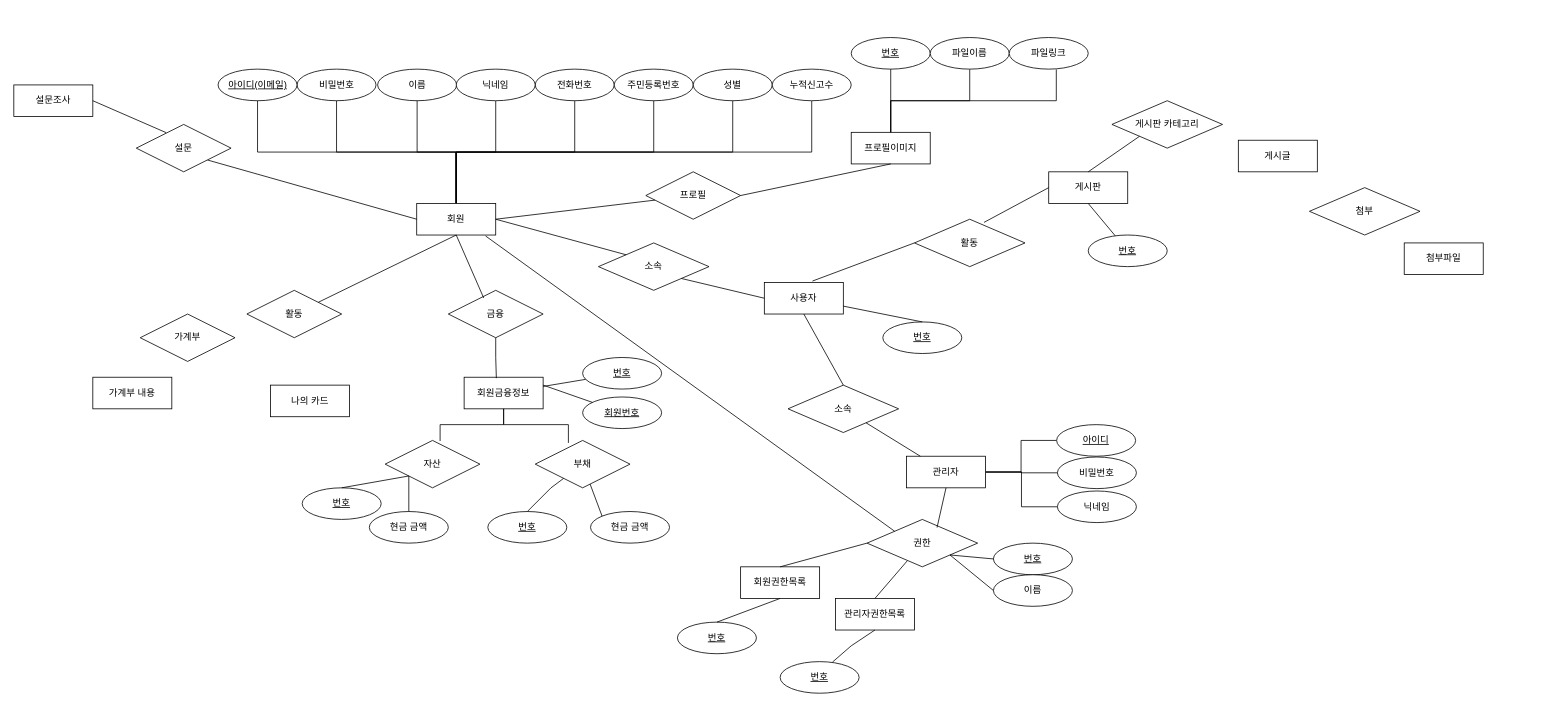
Earlier version of the draw.io diagram 제목 없는 다이어그램.drawio (Heailey/ERD). Source tidied: cells renumbered, new cells numbered last; positions are measured from the earlier drawing's top-left corner, leaving out a move shared by most shapes. Both pictures are drawn from the tidied source at 79%, with x=0, y=0 at pixel (13, 37).
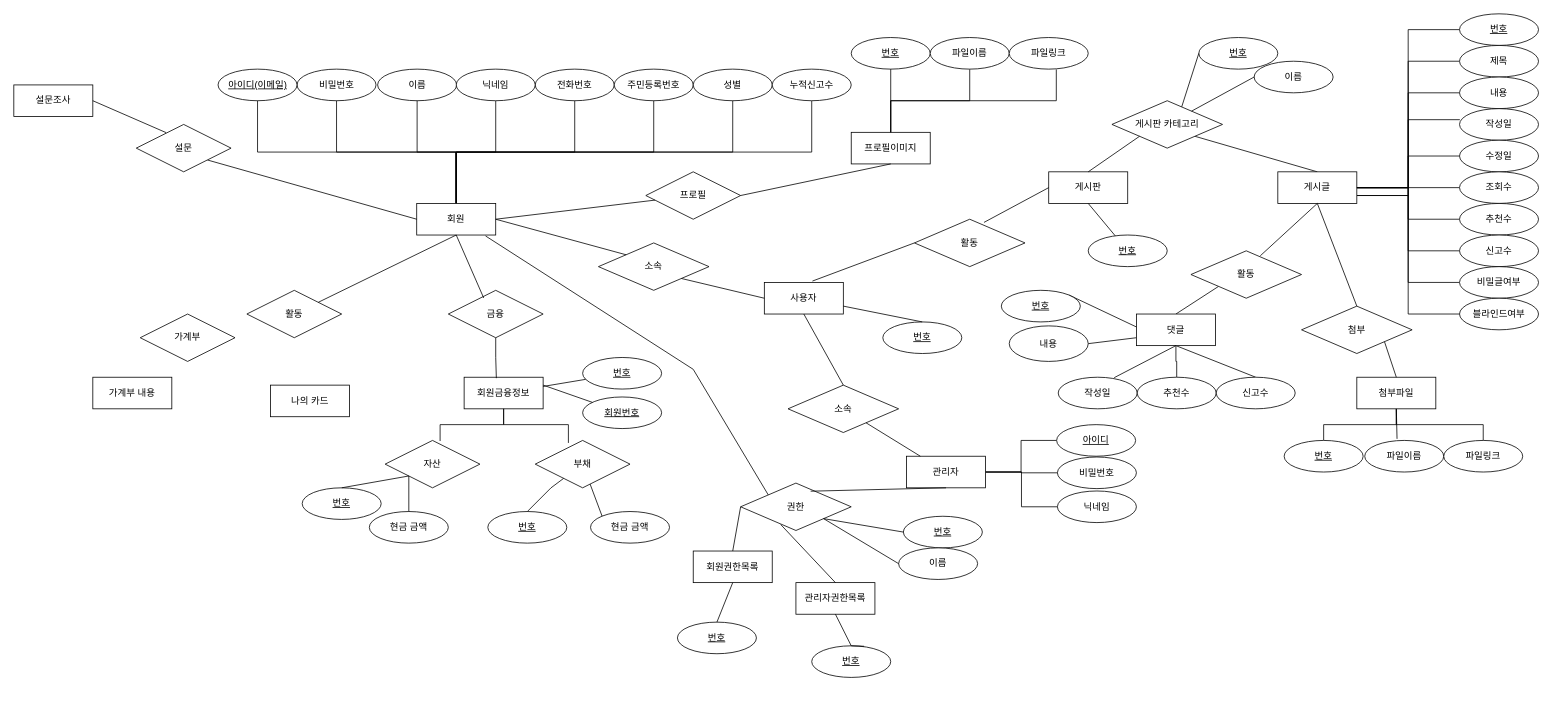
The same page after the edit.

Commit message (it also covers changes not shown here):
제목 없는 다이어그램.drawio 업데이트

Unchanged cells that the change refers to:
```xml
<mxCell id="16" value="회원" style="whiteSpace=wrap;html=1;align=center;" parent="1" vertex="1">
  <mxGeometry x="510" y="210" width="100" height="40" as="geometry" />
</mxCell>
<mxCell id="95" value="게시판 카테고리" style="shape=rhombus;perimeter=rhombusPerimeter;whiteSpace=wrap;html=1;align=center;" parent="1" vertex="1">
  <mxGeometry x="1390" y="80" width="140" height="60" as="geometry" />
</mxCell>
```

Diff of the diagram source:
```diff
@@
     <mxCell id="70" value="권한" style="shape=rhombus;perimeter=rhombusPerimeter;whiteSpace=wrap;html=1;align=center;" parent="1" vertex="1">
-      <mxGeometry x="1080" y="610" width="140" height="60" as="geometry" />
+      <mxGeometry x="920" y="564" width="140" height="60" as="geometry" />
     </mxCell>
     <mxCell id="71" value="관리자권한목록" style="whiteSpace=wrap;html=1;align=center;" parent="1" vertex="1">
-      <mxGeometry x="1040" y="710" width="100" height="40" as="geometry" />
+      <mxGeometry x="990" y="690" width="100" height="40" as="geometry" />
     </mxCell>
     <mxCell id="72" value="번호" style="ellipse;whiteSpace=wrap;html=1;align=center;fontStyle=4;" parent="1" vertex="1">
-      <mxGeometry x="970" y="790" width="100" height="40" as="geometry" />
+      <mxGeometry x="1010" y="770" width="100" height="40" as="geometry" />
     </mxCell>
@@
     <mxCell id="83" value="번호" style="ellipse;whiteSpace=wrap;html=1;align=center;fontStyle=4;" parent="1" vertex="1">
-      <mxGeometry x="1240" y="640" width="100" height="40" as="geometry" />
+      <mxGeometry x="1126" y="606" width="100" height="40" as="geometry" />
     </mxCell>
     <mxCell id="84" value="이름" style="ellipse;whiteSpace=wrap;html=1;align=center;" parent="1" vertex="1">
-      <mxGeometry x="1240" y="680" width="100" height="40" as="geometry" />
+      <mxGeometry x="1120" y="646" width="100" height="40" as="geometry" />
     </mxCell>
@@
     <mxCell id="87" style="endArrow=none;html=1;rounded=0;exitX=0.871;exitY=1.029;exitDx=0;exitDy=0;exitPerimeter=0;entryX=0;entryY=0;entryDx=0;entryDy=0;" parent="1" edge="1" source="16" target="70">
-      <mxGeometry relative="1" as="geometry" />
+      <mxGeometry relative="1" as="geometry">
+        <Array as="points">
+          <mxPoint x="860" y="420" />
+        </Array>
+      </mxGeometry>
     </mxCell>
     <mxCell id="88" value="회원권한목록" style="whiteSpace=wrap;html=1;" parent="1" vertex="1">
-      <mxGeometry x="920" y="670" width="100" height="40" as="geometry" />
+      <mxGeometry x="860" y="650" width="100" height="40" as="geometry" />
     </mxCell>
@@
+    <mxCell id="101" style="rounded=0;jettySize=auto;html=1;exitX=1;exitY=1;exitDx=0;exitDy=0;entryX=0.5;entryY=0;entryDx=0;entryDy=0;endArrow=none;endFill=0;" parent="1" edge="1" source="95" target="96">
+      <mxGeometry relative="1" as="geometry" />
+    </mxCell>
@@
+    <mxCell id="102" style="edgeStyle=orthogonalEdgeStyle;rounded=0;jettySize=auto;html=1;exitX=1;exitY=0.5;exitDx=0;exitDy=0;entryX=0;entryY=0.5;entryDx=0;entryDy=0;endArrow=none;endFill=0;" parent="1" edge="1" source="96" target="122">
+      <mxGeometry relative="1" as="geometry" />
+    </mxCell>
+    <mxCell id="103" style="edgeStyle=orthogonalEdgeStyle;rounded=0;jettySize=auto;html=1;entryX=0;entryY=0.5;entryDx=0;entryDy=0;endArrow=none;endFill=0;" parent="1" edge="1" source="96" target="123">
+      <mxGeometry relative="1" as="geometry" />
+    </mxCell>
+    <mxCell id="104" style="edgeStyle=orthogonalEdgeStyle;rounded=0;jettySize=auto;html=1;exitX=1;exitY=0.5;exitDx=0;exitDy=0;entryX=0;entryY=0.5;entryDx=0;entryDy=0;endArrow=none;endFill=0;" parent="1" edge="1" source="96" target="124">
+      <mxGeometry relative="1" as="geometry" />
+    </mxCell>
+    <mxCell id="105" style="edgeStyle=orthogonalEdgeStyle;rounded=0;jettySize=auto;html=1;exitX=1;exitY=0.5;exitDx=0;exitDy=0;endArrow=none;endFill=0;" parent="1" edge="1" source="96" target="126">
+      <mxGeometry relative="1" as="geometry" />
+    </mxCell>
+    <mxCell id="106" style="edgeStyle=orthogonalEdgeStyle;rounded=0;jettySize=auto;html=1;exitX=1;exitY=0.75;exitDx=0;exitDy=0;entryX=0;entryY=0.5;entryDx=0;entryDy=0;endArrow=none;endFill=0;" parent="1" edge="1" source="96" target="127">
+      <mxGeometry relative="1" as="geometry" />
+    </mxCell>
+    <mxCell id="107" style="edgeStyle=orthogonalEdgeStyle;rounded=0;jettySize=auto;html=1;exitX=1;exitY=0.5;exitDx=0;exitDy=0;entryX=0;entryY=0.5;entryDx=0;entryDy=0;endArrow=none;endFill=0;" parent="1" edge="1" source="96" target="128">
+      <mxGeometry relative="1" as="geometry" />
+    </mxCell>
+    <mxCell id="108" style="edgeStyle=orthogonalEdgeStyle;rounded=0;jettySize=auto;html=1;exitX=1;exitY=0.5;exitDx=0;exitDy=0;entryX=0;entryY=0.5;entryDx=0;entryDy=0;endArrow=none;endFill=0;" parent="1" edge="1" source="96" target="129">
+      <mxGeometry relative="1" as="geometry" />
+    </mxCell>
+    <mxCell id="109" style="edgeStyle=orthogonalEdgeStyle;rounded=0;jettySize=auto;html=1;exitX=1;exitY=0.5;exitDx=0;exitDy=0;entryX=0;entryY=0.5;entryDx=0;entryDy=0;endArrow=none;endFill=0;" parent="1" edge="1" source="96" target="130">
+      <mxGeometry relative="1" as="geometry" />
+    </mxCell>
+    <mxCell id="110" style="edgeStyle=orthogonalEdgeStyle;rounded=0;jettySize=auto;html=1;exitX=1;exitY=0.75;exitDx=0;exitDy=0;entryX=0;entryY=0.5;entryDx=0;entryDy=0;endArrow=none;endFill=0;" parent="1" edge="1" source="96" target="131">
+      <mxGeometry relative="1" as="geometry" />
+    </mxCell>
     <mxCell id="96" value="게시글" style="whiteSpace=wrap;html=1;align=center;" parent="1" vertex="1">
-      <mxGeometry x="1550" y="130" width="100" height="40" as="geometry" />
+      <mxGeometry x="1600" y="170" width="100" height="40" as="geometry" />
     </mxCell>
     <mxCell id="97" value="첨부" style="shape=rhombus;perimeter=rhombusPerimeter;whiteSpace=wrap;html=1;align=center;" parent="1" vertex="1">
-      <mxGeometry x="1640" y="190" width="140" height="60" as="geometry" />
+      <mxGeometry x="1630" y="340" width="140" height="60" as="geometry" />
     </mxCell>
+    <mxCell id="111" style="edgeStyle=orthogonalEdgeStyle;rounded=0;jettySize=auto;html=1;exitX=0.5;exitY=1;exitDx=0;exitDy=0;endArrow=none;endFill=0;" parent="1" edge="1" source="98" target="117">
+      <mxGeometry relative="1" as="geometry" />
+    </mxCell>
+    <mxCell id="112" style="edgeStyle=orthogonalEdgeStyle;rounded=0;jettySize=auto;html=1;exitX=0.5;exitY=1;exitDx=0;exitDy=0;entryX=0.5;entryY=0;entryDx=0;entryDy=0;endArrow=none;endFill=0;" parent="1" edge="1" source="98" target="119">
+      <mxGeometry relative="1" as="geometry" />
+    </mxCell>
     <mxCell id="98" value="첨부파일" style="whiteSpace=wrap;html=1;align=center;" parent="1" vertex="1">
-      <mxGeometry x="1760" y="260" width="100" height="40" as="geometry" />
+      <mxGeometry x="1700" y="430" width="100" height="40" as="geometry" />
     </mxCell>
@@
+    <mxCell id="113" value="번호" style="ellipse;whiteSpace=wrap;html=1;align=center;fontStyle=4;" parent="1" vertex="1">
+      <mxGeometry x="1500" width="100" height="40" as="geometry" />
+    </mxCell>
+    <mxCell id="114" value="이름" style="ellipse;whiteSpace=wrap;html=1;align=center;" parent="1" vertex="1">
+      <mxGeometry x="1570" y="30" width="100" height="40" as="geometry" />
+    </mxCell>
+    <mxCell id="115" style="endArrow=none;html=1;rounded=0;entryX=0;entryY=0.5;entryDx=0;entryDy=0;exitX=0.631;exitY=0.129;exitDx=0;exitDy=0;exitPerimeter=0;" parent="1" edge="1" source="95" target="113">
+      <mxGeometry relative="1" as="geometry" />
+    </mxCell>
+    <mxCell id="116" style="endArrow=none;html=1;rounded=0;entryX=0;entryY=0.5;entryDx=0;entryDy=0;" parent="1" edge="1" source="95" target="114">
+      <mxGeometry relative="1" as="geometry" />
+    </mxCell>
+    <mxCell id="117" value="번호" style="ellipse;whiteSpace=wrap;html=1;align=center;fontStyle=4;" parent="1" vertex="1">
+      <mxGeometry x="1608" y="510" width="100" height="40" as="geometry" />
+    </mxCell>
+    <mxCell id="118" value="파일이름" style="ellipse;whiteSpace=wrap;html=1;align=center;" parent="1" vertex="1">
+      <mxGeometry x="1710" y="510" width="100" height="40" as="geometry" />
+    </mxCell>
+    <mxCell id="119" value="파일링크" style="ellipse;whiteSpace=wrap;html=1;align=center;" parent="1" vertex="1">
+      <mxGeometry x="1810" y="510" width="100" height="40" as="geometry" />
+    </mxCell>
+    <mxCell id="120" style="edgeStyle=orthogonalEdgeStyle;rounded=0;jettySize=auto;html=1;exitX=0.5;exitY=1;exitDx=0;exitDy=0;entryX=0.409;entryY=-0.05;entryDx=0;entryDy=0;entryPerimeter=0;endArrow=none;endFill=0;" parent="1" edge="1" source="98" target="118">
+      <mxGeometry relative="1" as="geometry" />
+    </mxCell>
+    <mxCell id="121" style="endArrow=none;html=1;rounded=0;entryX=0.5;entryY=0;entryDx=0;entryDy=0;exitX=1;exitY=1;exitDx=0;exitDy=0;" parent="1" edge="1" source="97" target="98">
+      <mxGeometry relative="1" as="geometry" />
+    </mxCell>
+    <mxCell id="122" value="번호" style="ellipse;whiteSpace=wrap;html=1;align=center;fontStyle=4;" parent="1" vertex="1">
+      <mxGeometry x="1830" y="-30" width="100" height="40" as="geometry" />
+    </mxCell>
+    <mxCell id="123" value="제목" style="ellipse;whiteSpace=wrap;html=1;align=center;" parent="1" vertex="1">
+      <mxGeometry x="1830" y="10" width="100" height="40" as="geometry" />
+    </mxCell>
+    <mxCell id="124" value="내용" style="ellipse;whiteSpace=wrap;html=1;align=center;" parent="1" vertex="1">
+      <mxGeometry x="1830" y="50" width="100" height="40" as="geometry" />
+    </mxCell>
+    <mxCell id="125" value="작성일" style="ellipse;whiteSpace=wrap;html=1;align=center;" parent="1" vertex="1">
+      <mxGeometry x="1830" y="90" width="100" height="40" as="geometry" />
+    </mxCell>
+    <mxCell id="126" value="수정일" style="ellipse;whiteSpace=wrap;html=1;align=center;" parent="1" vertex="1">
+      <mxGeometry x="1830" y="130" width="100" height="40" as="geometry" />
+    </mxCell>
+    <mxCell id="127" value="조회수" style="ellipse;whiteSpace=wrap;html=1;align=center;" parent="1" vertex="1">
+      <mxGeometry x="1830" y="170" width="100" height="40" as="geometry" />
+    </mxCell>
+    <mxCell id="128" value="추천수" style="ellipse;whiteSpace=wrap;html=1;align=center;" parent="1" vertex="1">
+      <mxGeometry x="1830" y="210" width="100" height="40" as="geometry" />
+    </mxCell>
+    <mxCell id="129" value="신고수" style="ellipse;whiteSpace=wrap;html=1;align=center;" parent="1" vertex="1">
+      <mxGeometry x="1830" y="250" width="100" height="40" as="geometry" />
+    </mxCell>
+    <mxCell id="130" value="비밀글여부" style="ellipse;whiteSpace=wrap;html=1;align=center;" parent="1" vertex="1">
+      <mxGeometry x="1830" y="290" width="100" height="40" as="geometry" />
+    </mxCell>
+    <mxCell id="131" value="블라인드여부" style="ellipse;whiteSpace=wrap;html=1;align=center;" parent="1" vertex="1">
+      <mxGeometry x="1830" y="330" width="100" height="40" as="geometry" />
+    </mxCell>
+    <mxCell id="132" style="edgeStyle=orthogonalEdgeStyle;rounded=0;jettySize=auto;html=1;exitX=1;exitY=0.5;exitDx=0;exitDy=0;entryX=0.004;entryY=0.35;entryDx=0;entryDy=0;entryPerimeter=0;endArrow=none;endFill=0;" parent="1" edge="1" source="96" target="125">
+      <mxGeometry relative="1" as="geometry" />
+    </mxCell>
+    <mxCell id="133" style="endArrow=none;html=1;rounded=0;exitX=0.5;exitY=1;exitDx=0;exitDy=0;entryX=0.5;entryY=0;entryDx=0;entryDy=0;" parent="1" edge="1" source="96" target="97">
+      <mxGeometry relative="1" as="geometry" />
+    </mxCell>
+    <mxCell id="134" style="rounded=0;jettySize=auto;html=1;exitX=0;exitY=1;exitDx=0;exitDy=0;entryX=0.5;entryY=0;entryDx=0;entryDy=0;endArrow=none;endFill=0;" parent="1" edge="1" source="135" target="141">
+      <mxGeometry relative="1" as="geometry" />
+    </mxCell>
+    <mxCell id="135" value="활동" style="shape=rhombus;perimeter=rhombusPerimeter;whiteSpace=wrap;html=1;align=center;" parent="1" vertex="1">
+      <mxGeometry x="1490" y="270" width="140" height="60" as="geometry" />
+    </mxCell>
+    <mxCell id="136" style="rounded=0;jettySize=auto;html=1;exitX=0.5;exitY=1;exitDx=0;exitDy=0;entryX=0.627;entryY=0.105;entryDx=0;entryDy=0;entryPerimeter=0;endArrow=none;endFill=0;" parent="1" edge="1" source="96" target="135">
+      <mxGeometry relative="1" as="geometry" />
+    </mxCell>
+    <mxCell id="137" style="rounded=0;jettySize=auto;html=1;exitX=0.5;exitY=1;exitDx=0;exitDy=0;entryX=1;entryY=0;entryDx=0;entryDy=0;endArrow=none;endFill=0;" parent="1" edge="1" source="141" target="142">
+      <mxGeometry relative="1" as="geometry" />
+    </mxCell>
+    <mxCell id="138" style="rounded=0;jettySize=auto;html=1;exitX=0;exitY=0.75;exitDx=0;exitDy=0;entryX=1;entryY=0.5;entryDx=0;entryDy=0;endArrow=none;endFill=0;" parent="1" edge="1" source="141" target="143">
+      <mxGeometry relative="1" as="geometry" />
+    </mxCell>
+    <mxCell id="139" style="edgeStyle=orthogonalEdgeStyle;rounded=0;jettySize=auto;html=1;exitX=0.5;exitY=1;exitDx=0;exitDy=0;entryX=0.5;entryY=0;entryDx=0;entryDy=0;endArrow=none;endFill=0;" parent="1" edge="1" source="141" target="145">
+      <mxGeometry relative="1" as="geometry" />
+    </mxCell>
+    <mxCell id="140" style="rounded=0;jettySize=auto;html=1;exitX=0.5;exitY=1;exitDx=0;exitDy=0;entryX=0.5;entryY=0;entryDx=0;entryDy=0;endArrow=none;endFill=0;" parent="1" edge="1" source="141" target="146">
+      <mxGeometry relative="1" as="geometry" />
+    </mxCell>
+    <mxCell id="141" value="댓글" style="whiteSpace=wrap;html=1;align=center;" parent="1" vertex="1">
+      <mxGeometry x="1421" y="350" width="100" height="40" as="geometry" />
+    </mxCell>
+    <mxCell id="142" value="번호" style="ellipse;whiteSpace=wrap;html=1;align=center;fontStyle=4;" parent="1" vertex="1">
+      <mxGeometry x="1250" y="320" width="100" height="40" as="geometry" />
+    </mxCell>
+    <mxCell id="143" value="내용" style="ellipse;whiteSpace=wrap;html=1;align=center;" parent="1" vertex="1">
+      <mxGeometry x="1260" y="365" width="100" height="45" as="geometry" />
+    </mxCell>
+    <mxCell id="144" value="작성일" style="ellipse;whiteSpace=wrap;html=1;align=center;" parent="1" vertex="1">
+      <mxGeometry x="1322" y="430" width="100" height="40" as="geometry" />
+    </mxCell>
+    <mxCell id="145" value="추천수" style="ellipse;whiteSpace=wrap;html=1;align=center;" parent="1" vertex="1">
+      <mxGeometry x="1422" y="430" width="100" height="40" as="geometry" />
+    </mxCell>
+    <mxCell id="146" value="신고수" style="ellipse;whiteSpace=wrap;html=1;align=center;" parent="1" vertex="1">
+      <mxGeometry x="1522" y="430" width="100" height="40" as="geometry" />
+    </mxCell>
+    <mxCell id="147" style="rounded=0;jettySize=auto;html=1;exitX=0.5;exitY=1;exitDx=0;exitDy=0;entryX=0.709;entryY=0.014;entryDx=0;entryDy=0;entryPerimeter=0;endArrow=none;endFill=0;" parent="1" edge="1" source="141" target="144">
+      <mxGeometry relative="1" as="geometry" />
+    </mxCell>
```
